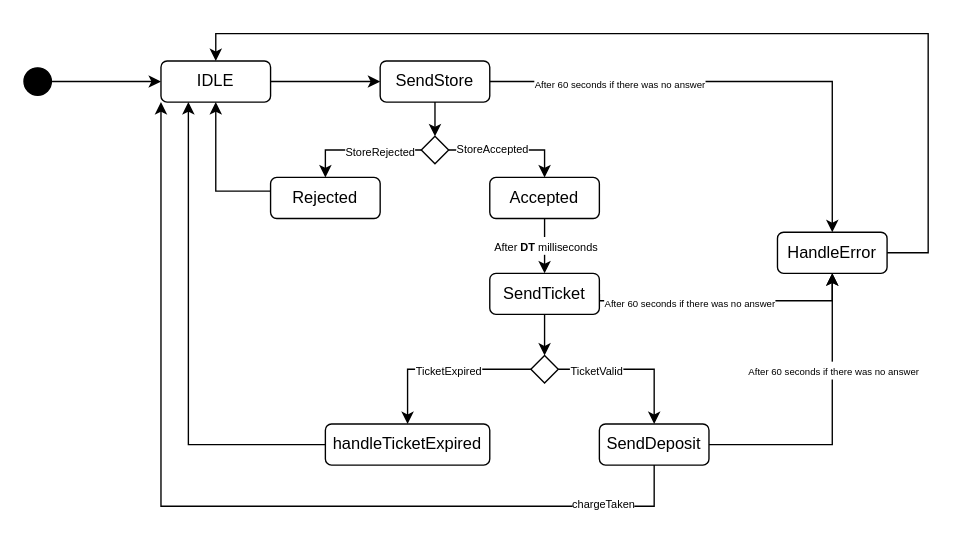
Before: Sprint1/unibo.mocktruck/MyUserDocs/resources/draw/MockTruckState.drawio in LEOB3TA/ColdStorageService-Project, a draw.io diagram. Source tidied: cells renumbered, new cells numbered last; positions are measured from the earlier drawing's top-left corner, leaving out a move shared by most shapes. Both pictures are drawn from the tidied source at 137%, with x=0, y=0 at pixel (23, 33).
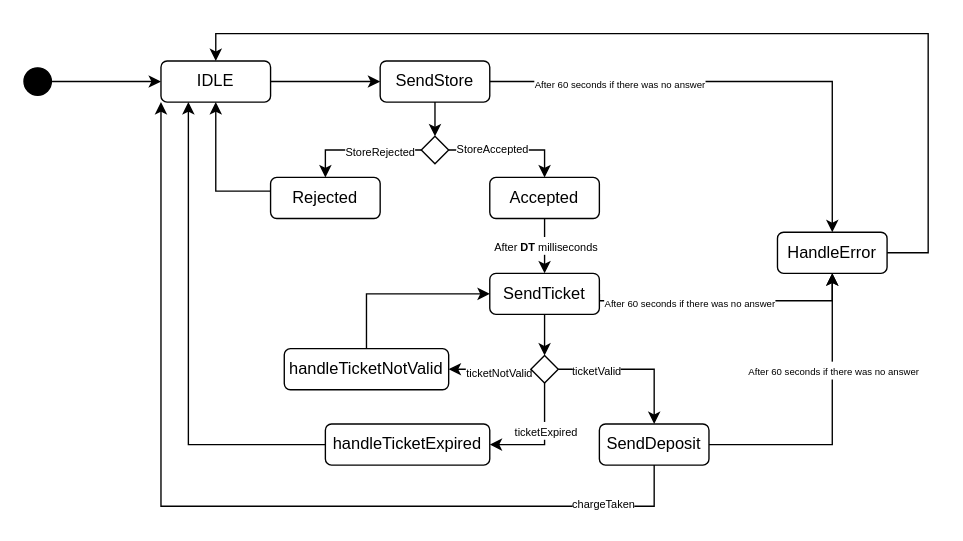
After the change.

The change refers to these unchanged cells:
```xml
<mxCell id="23" value="SendTicket" style="rounded=1;whiteSpace=wrap;html=1;" parent="1" vertex="1">
  <mxGeometry x="340" y="175" width="80" height="30" as="geometry" />
</mxCell>
<mxCell id="24" style="edgeStyle=orthogonalEdgeStyle;rounded=0;jettySize=auto;html=1;exitX=1;exitY=0.5;exitDx=0;exitDy=0;entryX=0.5;entryY=0;entryDx=0;entryDy=0;" parent="1" edge="1" source="28" target="35">
  <mxGeometry relative="1" as="geometry" />
</mxCell>
<mxCell id="28" style="rhombus;whiteSpace=wrap;html=1;" parent="1" vertex="1">
  <mxGeometry x="370" y="235" width="20" height="20" as="geometry" />
</mxCell>
<mxCell id="30" value="&lt;div&gt;handleTicketExpired&lt;/div&gt;" style="rounded=1;whiteSpace=wrap;html=1;" parent="1" vertex="1">
  <mxGeometry x="220" y="285" width="120" height="30" as="geometry" />
</mxCell>
```

What changed in the source:
```diff
@@
-    <mxCell id="25" value="&lt;font style=&quot;font-size: 8px;&quot;&gt;TicketValid&lt;/font&gt;" style="edgeLabel;html=1;align=center;verticalAlign=middle;" parent="24" vertex="1">
+    <mxCell id="25" value="&lt;font style=&quot;font-size: 8px;&quot;&gt;ticketValid&lt;/font&gt;" style="edgeLabel;html=1;align=center;verticalAlign=middle;" parent="24" vertex="1">
       <mxGeometry x="-0.51" relative="1" as="geometry" />
     </mxCell>
-    <mxCell id="26" style="edgeStyle=orthogonalEdgeStyle;rounded=0;jettySize=auto;html=1;exitX=0;exitY=0.5;exitDx=0;exitDy=0;" parent="1" edge="1" source="28" target="30">
+    <mxCell id="26" style="edgeStyle=orthogonalEdgeStyle;rounded=0;jettySize=auto;html=1;entryX=1;entryY=0.5;entryDx=0;entryDy=0;exitX=0.5;exitY=1;exitDx=0;exitDy=0;" parent="1" edge="1" source="28" target="30">
       <mxGeometry relative="1" as="geometry" />
     </mxCell>
-    <mxCell id="27" value="&lt;font style=&quot;font-size: 8px;&quot;&gt;TicketExpired&lt;/font&gt;" style="edgeLabel;html=1;align=center;verticalAlign=middle;" parent="26" vertex="1">
-      <mxGeometry x="-0.06" relative="1" as="geometry" />
-    </mxCell>
+    <mxCell id="38" value="&lt;font style=&quot;font-size: 8px;&quot;&gt;ticketExpired&lt;/font&gt;" style="edgeLabel;html=1;align=center;verticalAlign=middle;" parent="26" vertex="1">
+      <mxGeometry x="-0.19" relative="1" as="geometry" />
+    </mxCell>
+    <mxCell id="39" style="edgeStyle=orthogonalEdgeStyle;rounded=0;jettySize=auto;html=1;exitX=0;exitY=0.5;exitDx=0;exitDy=0;entryX=1;entryY=0.5;entryDx=0;entryDy=0;" parent="1" edge="1" source="28" target="42">
+      <mxGeometry relative="1" as="geometry" />
+    </mxCell>
+    <mxCell id="40" value="&lt;font style=&quot;font-size: 8px;&quot;&gt;ticketNotValid&lt;/font&gt;" style="edgeLabel;html=1;align=center;verticalAlign=middle;" parent="39" vertex="1">
+      <mxGeometry x="-0.19" y="1" relative="1" as="geometry" />
+    </mxCell>
@@
+    <mxCell id="41" style="edgeStyle=orthogonalEdgeStyle;rounded=0;jettySize=auto;html=1;entryX=0;entryY=0.5;entryDx=0;entryDy=0;exitX=0.5;exitY=0;exitDx=0;exitDy=0;" parent="1" edge="1" source="42" target="23">
+      <mxGeometry relative="1" as="geometry" />
+    </mxCell>
+    <mxCell id="42" value="&lt;div&gt;handleTicketNotValid&lt;/div&gt;" style="rounded=1;whiteSpace=wrap;html=1;" parent="1" vertex="1">
+      <mxGeometry x="190" y="230" width="120" height="30" as="geometry" />
+    </mxCell>
```
